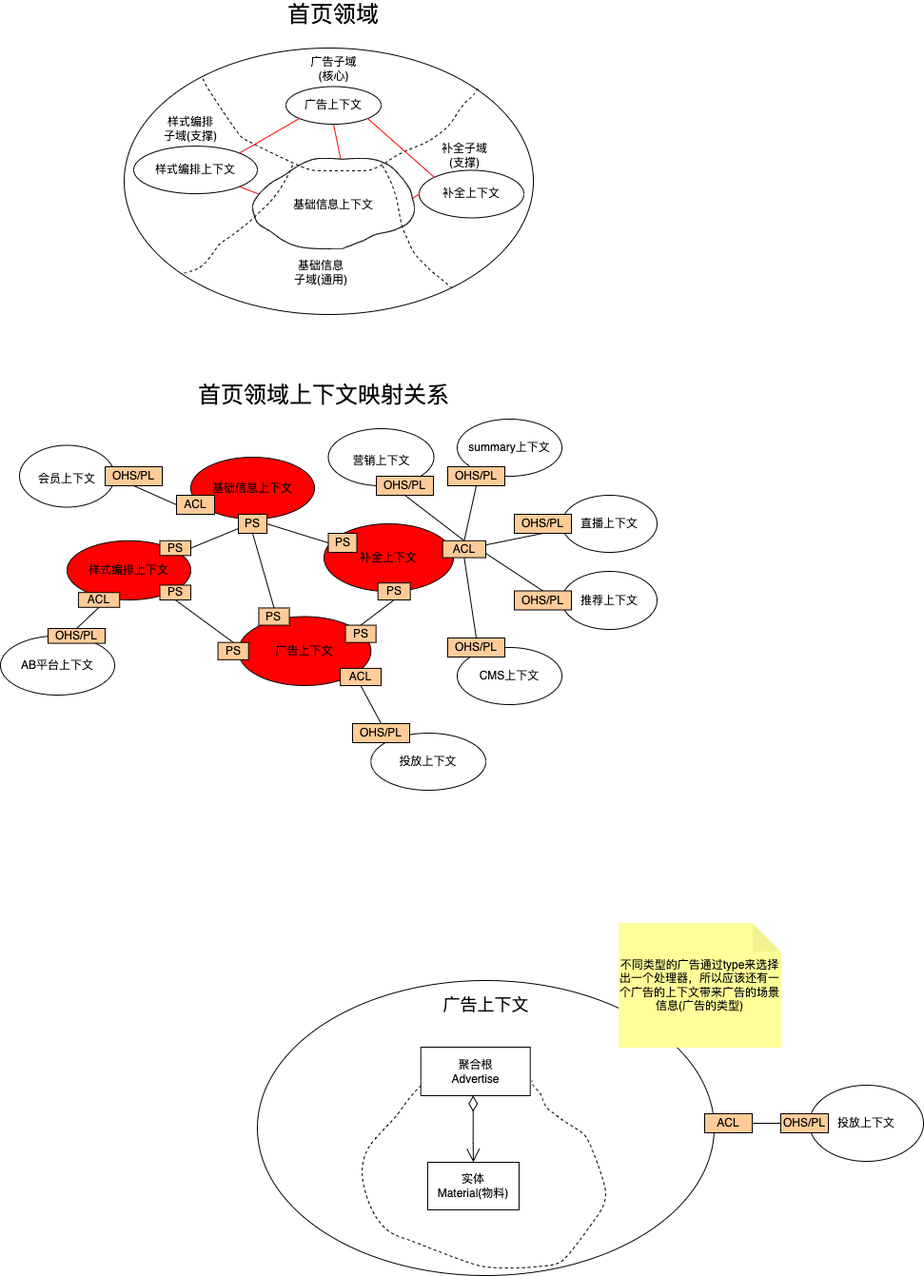
Above: 领域图.png in Ant-dong/images (draw.io), before the change. Source tidied: cells renumbered, new cells last; positions are measured from the earlier drawing's top-left corner, leaving out a move shared by most shapes.
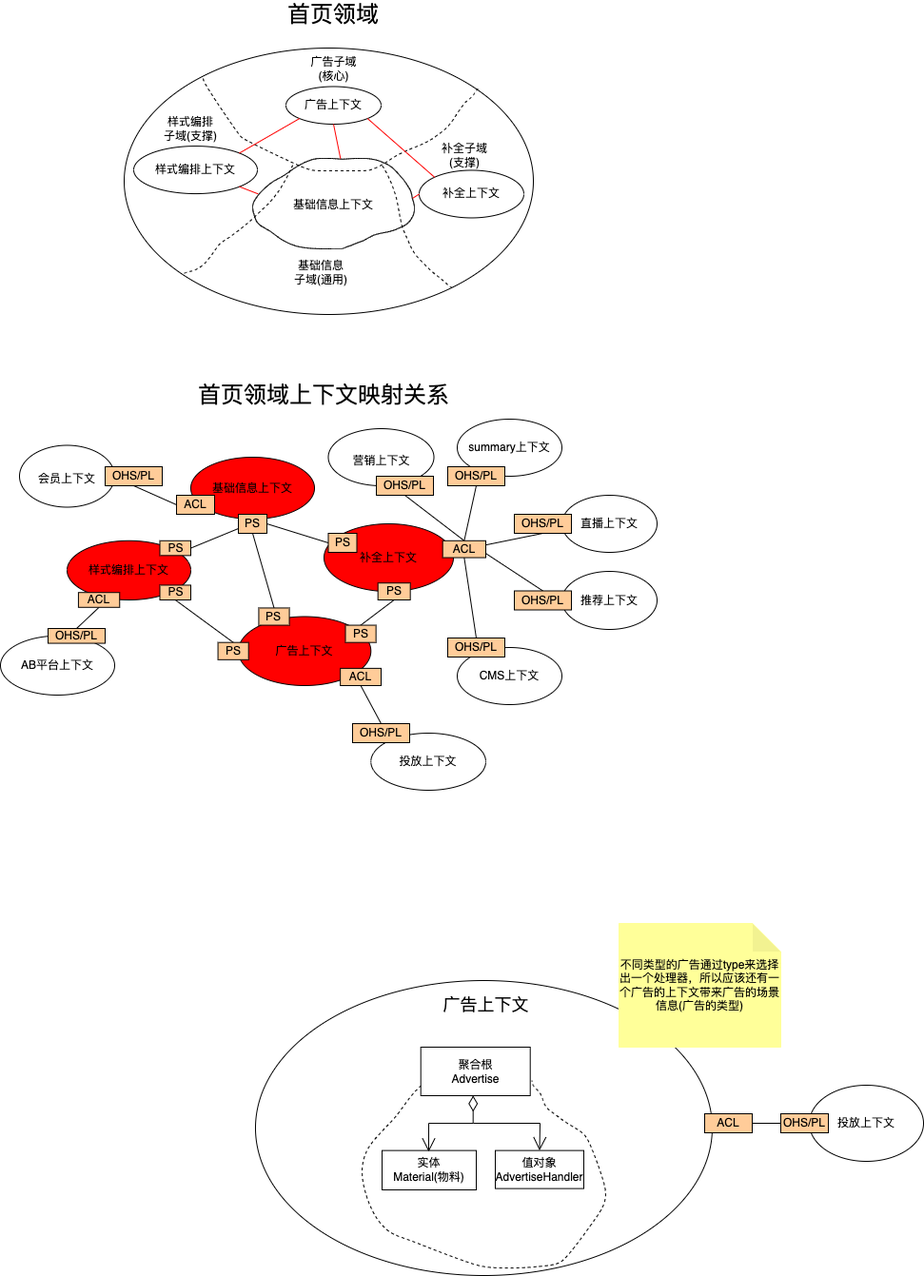
Above is the later version.

Commit message:
更新领域图.png

Change to the diagram source:
```diff
@@ -3,7 +3,7 @@
     <mxCell id="0" />
     <mxCell id="1" parent="0" />
     <mxCell id="2" style="ellipse;whiteSpace=wrap;html=1;fontSize=12;" parent="1" vertex="1">
-      <mxGeometry x="270" y="1030" width="480" height="310" as="geometry" />
+      <mxGeometry x="268" y="1030" width="480" height="310" as="geometry" />
     </mxCell>
     <mxCell id="3" style="ellipse;whiteSpace=wrap;html=1;fontSize=12;" parent="1" vertex="1">
       <mxGeometry x="130" y="50" width="430" height="280" as="geometry" />
@@ -249,18 +249,30 @@
       <mxGeometry x="380" y="1135.2" width="256" height="196.9" as="geometry" />
     </mxCell>
     <mxCell id="84" value="实体&lt;br&gt;Material(物料)" style="rounded=0;whiteSpace=wrap;html=1;fontSize=12;strokeColor=#000000;fillColor=#FFFFFF;" parent="1" vertex="1">
-      <mxGeometry x="449" y="1221" width="96" height="50" as="geometry" />
+      <mxGeometry x="401" y="1208.6" width="99" height="41.4" as="geometry" />
     </mxCell>
     <mxCell id="85" value="聚合根&lt;br&gt;Advertise" style="rounded=0;whiteSpace=wrap;html=1;fontSize=12;strokeColor=#000000;fillColor=#FFFFFF;" parent="1" vertex="1">
       <mxGeometry x="441.7" y="1100" width="115" height="51" as="geometry" />
     </mxCell>
-    <mxCell id="86" style="endArrow=open;html=1;endSize=12;startArrow=diamondThin;startSize=14;startFill=0;edgeStyle=orthogonalEdgeStyle;align=left;verticalAlign=bottom;rounded=0;fontSize=12;strokeColor=#000000;exitX=0.456;exitY=0.08;exitDx=0;exitDy=0;exitPerimeter=0;entryX=0.5;entryY=0;entryDx=0;entryDy=0;" parent="1" edge="1" source="83" target="84">
+    <mxCell id="86" style="endArrow=open;html=1;endSize=12;startArrow=diamondThin;startSize=14;startFill=0;edgeStyle=orthogonalEdgeStyle;align=left;verticalAlign=bottom;rounded=0;fontSize=12;strokeColor=#000000;exitX=0.456;exitY=0.08;exitDx=0;exitDy=0;exitPerimeter=0;" parent="1" edge="1" source="83">
       <mxGeometry x="-1" y="3" relative="1" as="geometry">
+        <mxPoint x="450" y="1210" as="targetPoint" />
         <Array as="points">
-          <mxPoint x="496.7" y="1201" />
-          <mxPoint x="496.7" y="1201" />
+          <mxPoint x="497" y="1180" />
+          <mxPoint x="450" y="1180" />
         </Array>
       </mxGeometry>
     </mxCell>
+    <mxCell id="87" value="值对象AdvertiseHandler" style="rounded=0;whiteSpace=wrap;html=1;fontSize=12;strokeColor=#000000;fillColor=#FFFFFF;" parent="1" vertex="1">
+      <mxGeometry x="520" y="1208.6" width="93" height="40" as="geometry" />
+    </mxCell>
+    <mxCell id="88" style="endArrow=open;html=1;rounded=0;fontSize=12;strokeColor=#000000;entryX=0.5;entryY=0;entryDx=0;entryDy=0;endSize=12;" parent="1" edge="1" target="87">
+      <mxGeometry relative="1" as="geometry">
+        <mxPoint x="497" y="1180" as="sourcePoint" />
+        <Array as="points">
+          <mxPoint x="567" y="1180" />
+        </Array>
+      </mxGeometry>
+    </mxCell>
   </root>
 </mxGraphModel>
```
